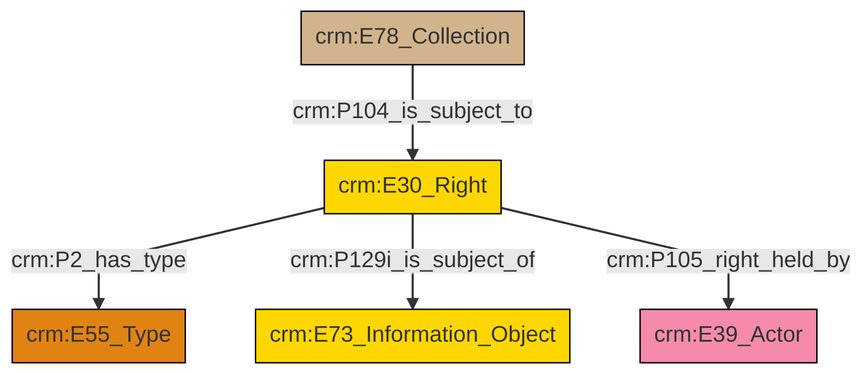
swiss-art-research-net/docs.swissartresearch keeps this Mermaid diagram as et/archivalCSV/ttl/mmd/png/archival_rights.png. Above is the earlier version. Its source is kept beside it as et/archivalCSV/ttl/mmd/archival_rights.ttl.mmd.
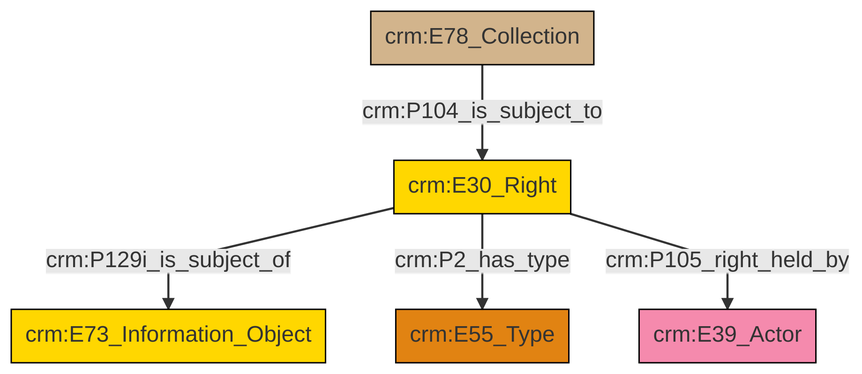
The same file after the commit.

The edit, as a diff of the source:
```diff
@@ -13,7 +13,7 @@
 classDef PC_Classes fill:#4ce600, stroke:#000000;
 classDef Multi fill:#cccccc,stroke:#000000;
 
-0["crm:E30_Right"]:::Conceptual_Object -->|crm:P2_has_type| 1["crm:E55_Type"]:::Type
-2["crm:E78_Collection"]:::Physical_Thing -->|crm:P104_is_subject_to| 0["crm:E30_Right"]:::Conceptual_Object
-0["crm:E30_Right"]:::Conceptual_Object -->|crm:P129i_is_subject_of| 6["crm:E73_Information_Object"]:::Conceptual_Object
-0["crm:E30_Right"]:::Conceptual_Object -->|crm:P105_right_held_by| 4["crm:E39_Actor"]:::Actor
+0["crm:E30_Right"]:::Conceptual_Object -->|crm:P129i_is_subject_of| 2["crm:E73_Information_Object"]:::Conceptual_Object
+6["crm:E78_Collection"]:::Physical_Thing -->|crm:P104_is_subject_to| 0["crm:E30_Right"]:::Conceptual_Object
+0["crm:E30_Right"]:::Conceptual_Object -->|crm:P2_has_type| 4["crm:E55_Type"]:::Type
+0["crm:E30_Right"]:::Conceptual_Object -->|crm:P105_right_held_by| 8["crm:E39_Actor"]:::Actor
```
